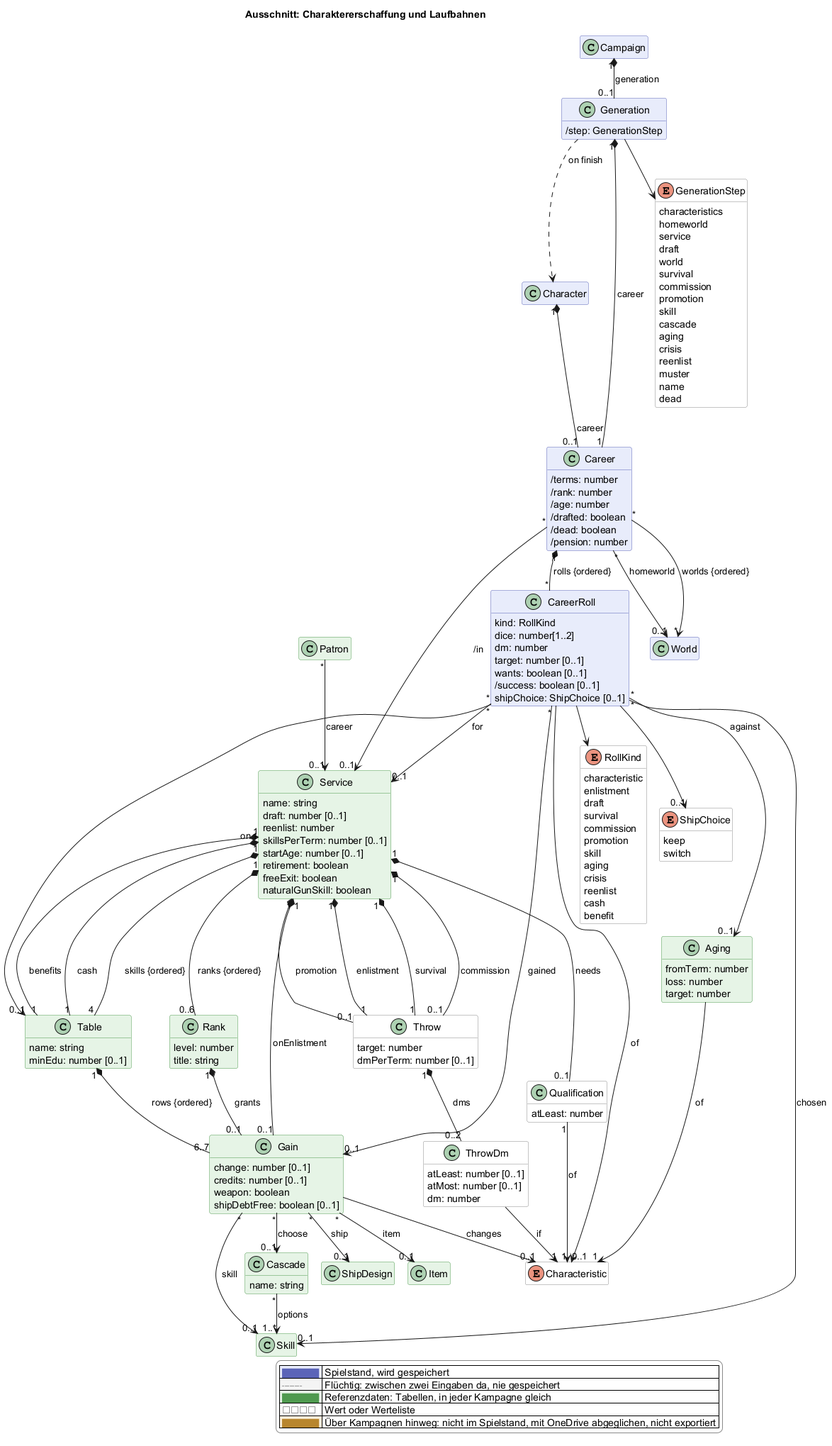
This is docs/views/erschaffung.png from scuzzar/SRE, a PlantUML export, as it was before one commit.
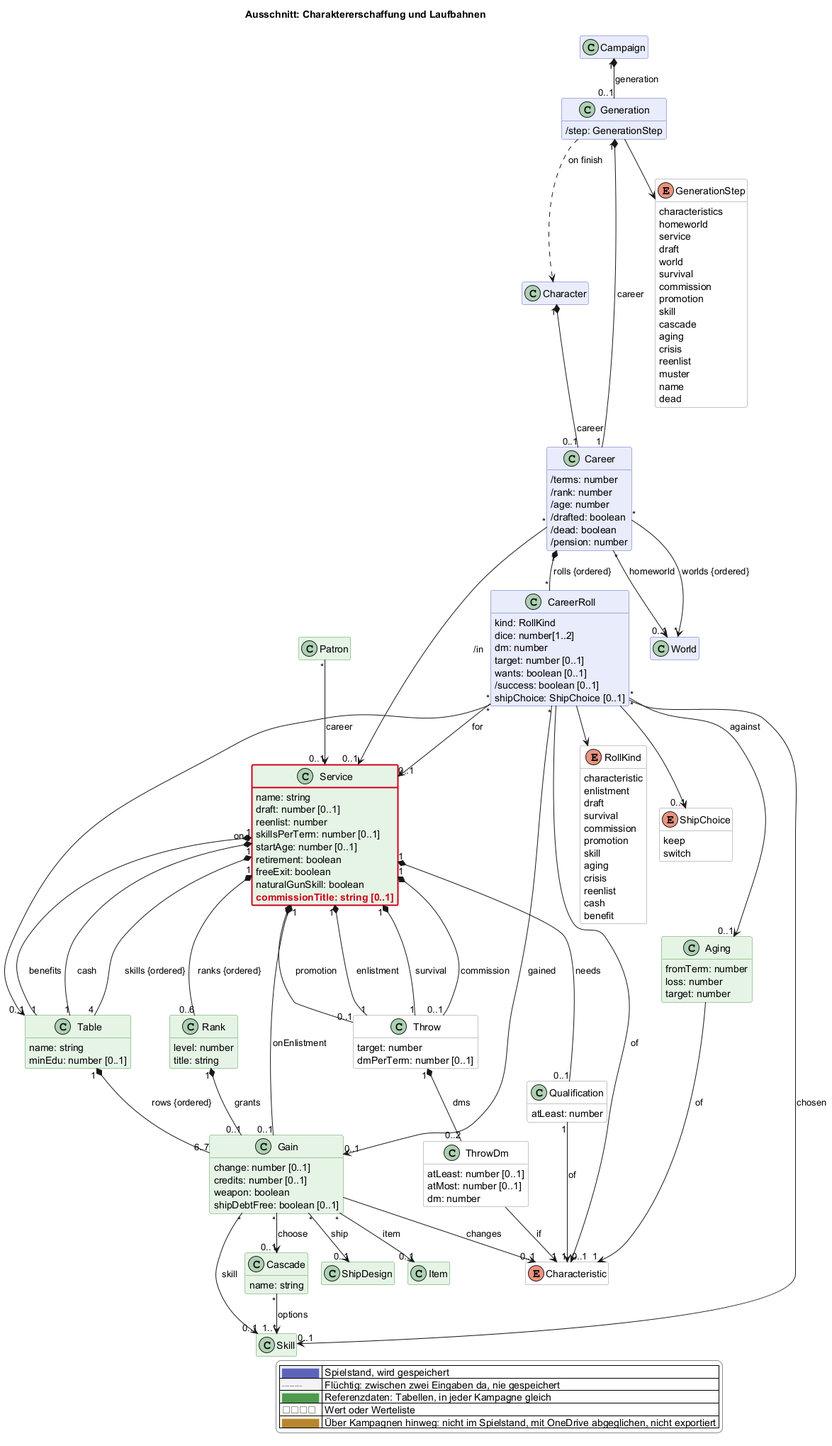
Later version of the same file.

Commit message:
Domänenmodell 2026-11-24b: Name der Ranglaufbahn – Service.commissionTitle

The edit, as a diff of the source:
```diff
@@ -113,6 +113,7 @@
     retirement: boolean
     freeExit: boolean
     naturalGunSkill: boolean
+    $new("2026-11-24b", "commissionTitle: string [0..1]")
   }
   class Throw <<value>> $erschaffung {
     target: number
@@ -249,4 +250,5 @@
   |<#ffffff> <color:#8a8a8a>□□□□</color> | Wert oder Werteliste |
   |<#fdf1dc> <color:#b8862e>████</color> | Über Kampagnen hinweg: nicht im Spielstand, mit OneDrive abgeglichen, nicht exportiert |
 endlegend
+class Service #line:d0021b;line.bold
 @enduml
```
